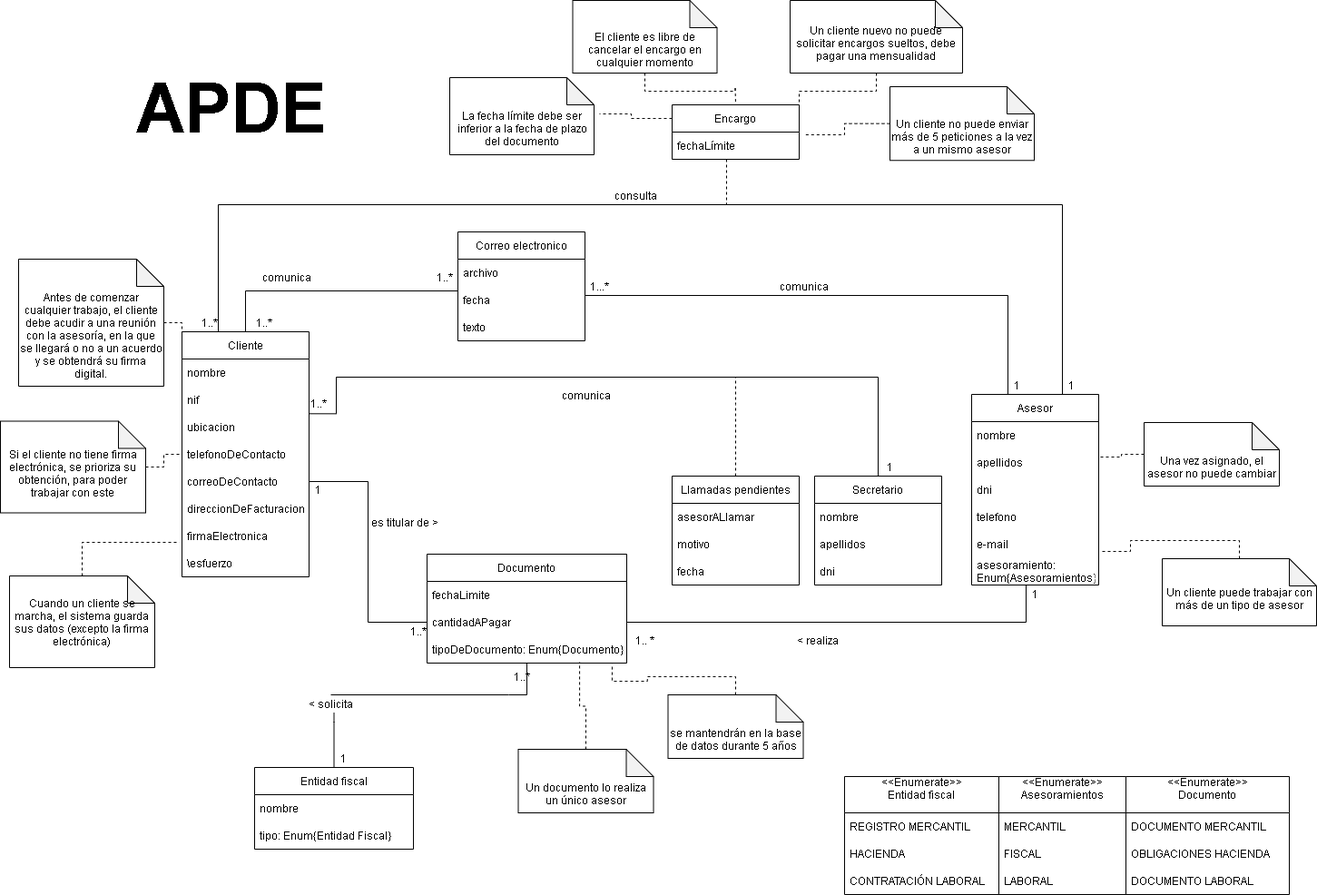
Above: Proyecto en REM/image/Modelardo_IR.drawio.png in TheNeoStormZ/super-REMORY (draw.io), before the change. Source tidied: cells renumbered, new cells last; positions are measured from the earlier drawing's top-left corner, leaving out a move shared by most shapes.
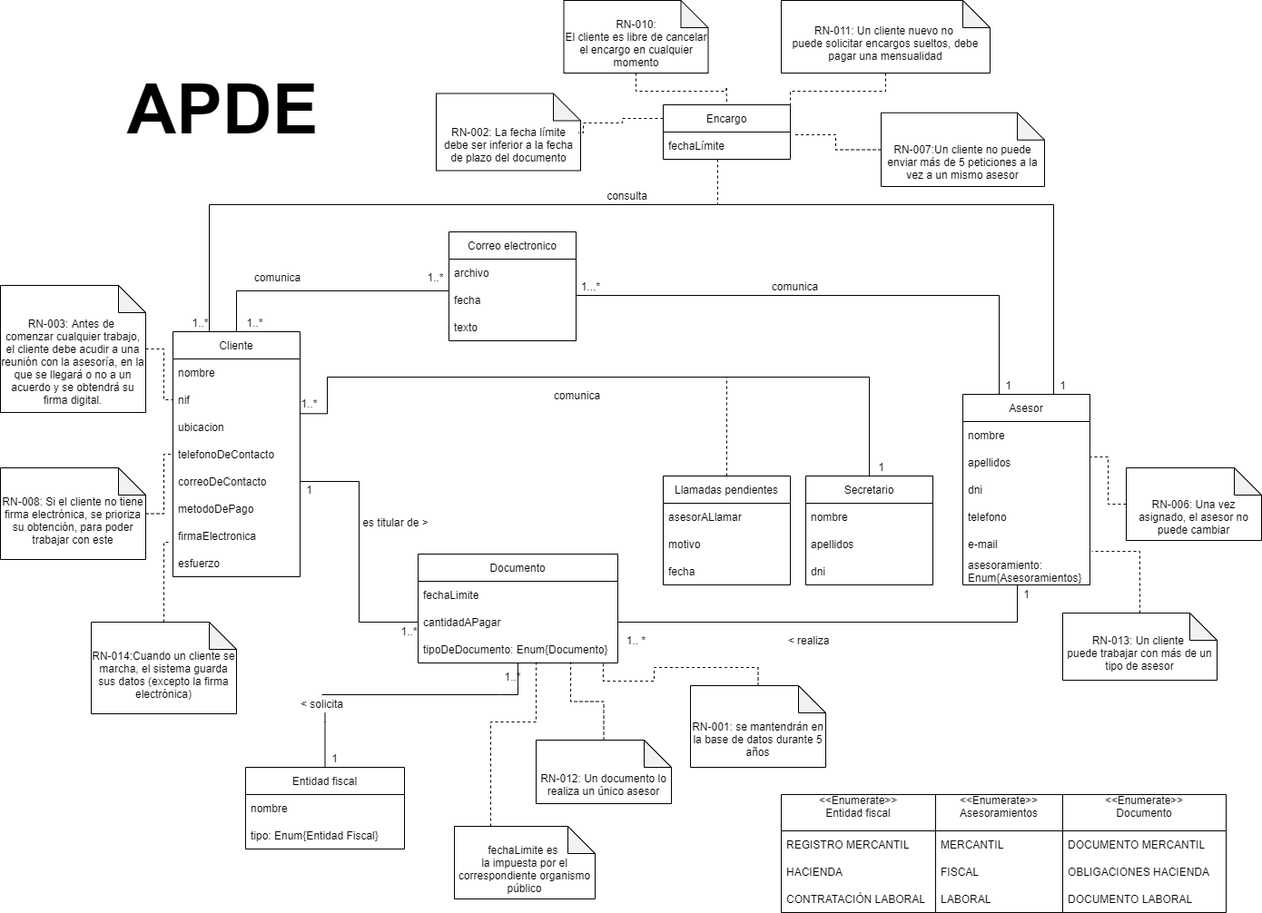
After the change.

The edit, as a diff of the source:
```diff
@@ -35,13 +35,13 @@
     <mxCell id="9" value="correoDeContacto" style="text;strokeColor=none;fillColor=none;align=left;verticalAlign=middle;spacingLeft=4;spacingRight=4;overflow=hidden;points=[[0,0.5],[1,0.5]];portConstraint=eastwest;" parent="4" vertex="1">
       <mxGeometry y="150" width="140" height="30" as="geometry" />
     </mxCell>
-    <mxCell id="10" value="direccionDeFacturacion" style="text;strokeColor=none;fillColor=none;align=left;verticalAlign=middle;spacingLeft=4;spacingRight=4;overflow=hidden;" parent="4" vertex="1">
+    <mxCell id="10" value="metodoDePago" style="text;strokeColor=none;fillColor=none;align=left;verticalAlign=middle;spacingLeft=4;spacingRight=4;overflow=hidden;" parent="4" vertex="1">
       <mxGeometry y="180" width="140" height="30" as="geometry" />
     </mxCell>
     <mxCell id="11" value="firmaElectronica" style="text;strokeColor=none;fillColor=none;align=left;verticalAlign=middle;spacingLeft=4;spacingRight=4;overflow=hidden;points=[[0,0.5],[1,0.5]];portConstraint=eastwest;" parent="4" vertex="1">
       <mxGeometry y="210" width="140" height="30" as="geometry" />
     </mxCell>
-    <mxCell id="12" value="\esfuerzo" style="text;strokeColor=none;fillColor=none;align=left;verticalAlign=middle;spacingLeft=4;spacingRight=4;overflow=hidden;" parent="4" vertex="1">
+    <mxCell id="12" value="esfuerzo" style="text;strokeColor=none;fillColor=none;align=left;verticalAlign=middle;spacingLeft=4;spacingRight=4;overflow=hidden;" parent="4" vertex="1">
       <mxGeometry y="240" width="140" height="30" as="geometry" />
     </mxCell>
     <mxCell id="13" style="edgeStyle=orthogonalEdgeStyle;rounded=0;jettySize=auto;html=1;startArrow=none;startFill=0;endArrow=none;endFill=0;" parent="1" edge="1" source="14" target="40">
@@ -174,7 +174,7 @@
       <mxGeometry x="280" y="295" width="70" height="20" as="geometry" />
     </mxCell>
     <mxCell id="50" value="&lt;&lt;Enumerate&gt;&gt;&#10;Documento&#10;" style="swimlane;fontStyle=0;horizontal=1;startSize=40;" parent="1" vertex="1">
-      <mxGeometry x="1240" y="855" width="180" height="130" as="geometry" />
+      <mxGeometry x="1180" y="875" width="180" height="130" as="geometry" />
     </mxCell>
     <mxCell id="51" value="DOCUMENTO MERCANTIL" style="text;strokeColor=none;fillColor=none;align=left;verticalAlign=middle;spacingLeft=4;spacingRight=4;overflow=hidden;" parent="50" vertex="1">
       <mxGeometry y="40" width="180" height="30" as="geometry" />
@@ -186,7 +186,7 @@
       <mxGeometry y="100" width="180" height="30" as="geometry" />
     </mxCell>
     <mxCell id="54" value="&lt;&lt;Enumerate&gt;&gt;&#10;Entidad fiscal&#10;" style="swimlane;fontStyle=0;horizontal=1;startSize=40;" parent="1" vertex="1">
-      <mxGeometry x="930" y="855" width="170" height="130" as="geometry" />
+      <mxGeometry x="870" y="875" width="170" height="130" as="geometry" />
     </mxCell>
     <mxCell id="55" value="REGISTRO MERCANTIL" style="text;strokeColor=none;fillColor=none;align=left;verticalAlign=middle;spacingLeft=4;spacingRight=4;overflow=hidden;horizontal=1;" parent="54" vertex="1">
       <mxGeometry y="40" width="170" height="30" as="geometry" />
@@ -198,7 +198,7 @@
       <mxGeometry y="100" width="170" height="30" as="geometry" />
     </mxCell>
     <mxCell id="58" value="&lt;&lt;Enumerate&gt;&gt;&#10;Asesoramientos&#10;" style="swimlane;fontStyle=0;horizontal=1;startSize=40;" parent="1" vertex="1">
-      <mxGeometry x="1100" y="855" width="140" height="130" as="geometry" />
+      <mxGeometry x="1040" y="875" width="140" height="130" as="geometry" />
     </mxCell>
     <mxCell id="59" value="MERCANTIL" style="text;strokeColor=none;fillColor=none;align=left;verticalAlign=middle;spacingLeft=4;spacingRight=4;overflow=hidden;" parent="58" vertex="1">
       <mxGeometry y="40" width="140" height="30" as="geometry" />
@@ -290,19 +290,21 @@
       <mxGeometry x="200" y="95" width="110" height="50" as="geometry" />
     </mxCell>
     <mxCell id="83" style="shape=note;whiteSpace=wrap;html=1;backgroundOutline=1;darkOpacity=0.05;" parent="1" vertex="1">
-      <mxGeometry x="495" y="85" width="159" height="85" as="geometry" />
+      <mxGeometry x="490" y="102.5" width="159" height="85" as="geometry" />
     </mxCell>
-    <mxCell id="84" style="edgeStyle=orthogonalEdgeStyle;rounded=0;jettySize=auto;html=1;dashed=1;startArrow=none;startFill=0;endArrow=none;endFill=0;exitX=0;exitY=0.5;exitDx=0;exitDy=0;" parent="1" edge="1" source="78">
+    <mxCell id="84" style="edgeStyle=orthogonalEdgeStyle;rounded=0;jettySize=auto;html=1;dashed=1;startArrow=none;startFill=0;endArrow=none;endFill=0;exitX=0;exitY=0.5;exitDx=0;exitDy=0;entryX=1;entryY=0.25;entryDx=0;entryDy=0;" parent="1" edge="1" source="78" target="85">
       <mxGeometry relative="1" as="geometry">
-        <mxPoint x="660" y="125" as="targetPoint" />
         <Array as="points">
+          <mxPoint x="740" y="130" />
           <mxPoint x="695" y="130" />
-          <mxPoint x="695" y="125" />
+          <mxPoint x="695" y="135" />
+          <mxPoint x="652" y="135" />
+          <mxPoint x="652" y="146" />
         </Array>
       </mxGeometry>
     </mxCell>
-    <mxCell id="85" value="La fecha límite debe ser inferior a la fecha de plazo del documento" style="text;html=1;strokeColor=none;fillColor=none;align=center;verticalAlign=middle;whiteSpace=wrap;rounded=0;" parent="1" vertex="1">
-      <mxGeometry x="497.5" y="115" width="154" height="52.5" as="geometry" />
+    <mxCell id="85" value="RN-002: La fecha límite debe ser inferior a la fecha de plazo del documento" style="text;html=1;strokeColor=none;fillColor=none;align=center;verticalAlign=middle;whiteSpace=wrap;rounded=0;" parent="1" vertex="1">
+      <mxGeometry x="492.5" y="132.5" width="154" height="52.5" as="geometry" />
     </mxCell>
     <mxCell id="86" style="edgeStyle=orthogonalEdgeStyle;rounded=0;jettySize=auto;html=1;strokeColor=none;endArrow=none;endFill=0;dashed=1;" parent="1" edge="1" source="88" target="21">
       <mxGeometry relative="1" as="geometry" />
@@ -310,62 +312,78 @@
     <mxCell id="87" style="edgeStyle=orthogonalEdgeStyle;rounded=0;jettySize=auto;html=1;entryX=0.927;entryY=1.033;entryDx=0;entryDy=0;dashed=1;endArrow=none;endFill=0;entryPerimeter=0;" parent="1" edge="1" source="88" target="24">
       <mxGeometry relative="1" as="geometry" />
     </mxCell>
-    <mxCell id="88" value="&lt;br&gt;&lt;br&gt;se mantendrán en la base de datos durante 5 años" style="shape=note;whiteSpace=wrap;html=1;backgroundOutline=1;darkOpacity=0.05;" parent="1" vertex="1">
-      <mxGeometry x="735.5" y="765" width="149" height="70" as="geometry" />
+    <mxCell id="88" value="&lt;br&gt;&lt;br&gt;RN-001: se mantendrán en la base de datos durante 5 años" style="shape=note;whiteSpace=wrap;html=1;backgroundOutline=1;darkOpacity=0.05;" parent="1" vertex="1">
+      <mxGeometry x="770" y="755" width="149" height="90" as="geometry" />
     </mxCell>
     <mxCell id="89" style="edgeStyle=orthogonalEdgeStyle;rounded=0;jettySize=auto;html=1;entryX=1;entryY=0.3;entryDx=0;entryDy=0;entryPerimeter=0;dashed=1;endArrow=none;endFill=0;" parent="1" edge="1" source="90" target="16">
       <mxGeometry relative="1" as="geometry" />
     </mxCell>
-    <mxCell id="90" value="&lt;br&gt;&lt;br&gt;Una vez asignado, el asesor no puede cambiar" style="shape=note;whiteSpace=wrap;html=1;backgroundOutline=1;darkOpacity=0.05;" parent="1" vertex="1">
-      <mxGeometry x="1260" y="465" width="149" height="70" as="geometry" />
+    <mxCell id="90" value="&lt;br&gt;&lt;br&gt;RN-006: Una vez asignado, el asesor no puede cambiar" style="shape=note;whiteSpace=wrap;html=1;backgroundOutline=1;darkOpacity=0.05;" parent="1" vertex="1">
+      <mxGeometry x="1250" y="515" width="149" height="80" as="geometry" />
     </mxCell>
     <mxCell id="91" style="edgeStyle=orthogonalEdgeStyle;rounded=0;jettySize=auto;html=1;entryX=1.036;entryY=0.1;entryDx=0;entryDy=0;entryPerimeter=0;dashed=1;endArrow=none;endFill=0;" parent="1" edge="1" source="92" target="78">
       <mxGeometry relative="1" as="geometry" />
     </mxCell>
-    <mxCell id="92" value="&lt;br&gt;&lt;br&gt;Un cliente no puede enviar más de 5 peticiones a la vez a un mismo asesor" style="shape=note;whiteSpace=wrap;html=1;backgroundOutline=1;darkOpacity=0.05;" parent="1" vertex="1">
-      <mxGeometry x="980" y="95" width="159" height="81.2" as="geometry" />
+    <mxCell id="92" value="&lt;br&gt;&lt;br&gt;RN-007:Un cliente no puede enviar más de 5 peticiones a la vez a un mismo asesor" style="shape=note;whiteSpace=wrap;html=1;backgroundOutline=1;darkOpacity=0.05;" parent="1" vertex="1">
+      <mxGeometry x="980" y="123.8" width="180" height="81.2" as="geometry" />
     </mxCell>
     <mxCell id="93" style="edgeStyle=orthogonalEdgeStyle;rounded=0;jettySize=auto;html=1;entryX=0;entryY=0.5;entryDx=0;entryDy=0;dashed=1;endArrow=none;endFill=0;" parent="1" edge="1" source="94" target="6">
       <mxGeometry relative="1" as="geometry" />
     </mxCell>
-    <mxCell id="94" value="&lt;br&gt;&lt;br&gt;Antes de comenzar cualquier trabajo, el cliente debe acudir a una reunión con la asesoría, en la que se llegará o no a un acuerdo y se obtendrá su firma digital." style="shape=note;whiteSpace=wrap;html=1;backgroundOutline=1;darkOpacity=0.05;" parent="1" vertex="1">
-      <mxGeometry x="20" y="285" width="160" height="140" as="geometry" />
+    <mxCell id="94" value="&lt;br&gt;&lt;br&gt;RN-003: Antes de &lt;br&gt;comenzar cualquier trabajo, el cliente debe acudir a una reunión con la asesoría, en la que se llegará o no a un acuerdo y se obtendrá su firma digital." style="shape=note;whiteSpace=wrap;html=1;backgroundOutline=1;darkOpacity=0.05;" parent="1" vertex="1">
+      <mxGeometry x="10" y="314" width="160" height="140" as="geometry" />
     </mxCell>
     <mxCell id="95" style="edgeStyle=orthogonalEdgeStyle;rounded=0;jettySize=auto;html=1;entryX=0;entryY=0.5;entryDx=0;entryDy=0;dashed=1;endArrow=none;endFill=0;" parent="1" edge="1" source="96" target="8">
       <mxGeometry relative="1" as="geometry" />
     </mxCell>
-    <mxCell id="96" value="&lt;br&gt;Si el cliente no tiene firma electrónica, se prioriza su obtención, para poder trabajar con este" style="shape=note;whiteSpace=wrap;html=1;backgroundOutline=1;darkOpacity=0.05;" parent="1" vertex="1">
-      <mxGeometry y="463.5" width="160" height="101" as="geometry" />
+    <mxCell id="96" value="&lt;br&gt;RN-008: Si el cliente no tiene firma electrónica, se prioriza su obtención, para poder trabajar con este" style="shape=note;whiteSpace=wrap;html=1;backgroundOutline=1;darkOpacity=0.05;" parent="1" vertex="1">
+      <mxGeometry x="10" y="515" width="160" height="101" as="geometry" />
     </mxCell>
     <mxCell id="97" style="edgeStyle=orthogonalEdgeStyle;rounded=0;jettySize=auto;html=1;entryX=0.5;entryY=0;entryDx=0;entryDy=0;dashed=1;endArrow=none;endFill=0;" parent="1" edge="1" source="98" target="77">
       <mxGeometry relative="1" as="geometry" />
     </mxCell>
-    <mxCell id="98" value="&lt;br&gt;&lt;br&gt;El cliente es libre de cancelar el encargo en cualquier momento" style="shape=note;whiteSpace=wrap;html=1;backgroundOutline=1;darkOpacity=0.05;" parent="1" vertex="1">
+    <mxCell id="98" value="&lt;br&gt;RN-010:&lt;br&gt;El cliente es libre de cancelar el encargo en cualquier momento" style="shape=note;whiteSpace=wrap;html=1;backgroundOutline=1;darkOpacity=0.05;" parent="1" vertex="1">
       <mxGeometry x="630.5" width="159" height="80" as="geometry" />
     </mxCell>
     <mxCell id="99" style="edgeStyle=orthogonalEdgeStyle;rounded=0;jettySize=auto;html=1;entryX=1;entryY=0;entryDx=0;entryDy=0;dashed=1;endArrow=none;endFill=0;" parent="1" edge="1" source="100" target="77">
       <mxGeometry relative="1" as="geometry" />
     </mxCell>
-    <mxCell id="100" value="&lt;br&gt;Un cliente nuevo no puede solicitar encargos sueltos, debe pagar una mensualidad" style="shape=note;whiteSpace=wrap;html=1;backgroundOutline=1;darkOpacity=0.05;" parent="1" vertex="1">
-      <mxGeometry x="870" width="190" height="80" as="geometry" />
+    <mxCell id="100" value="&lt;br&gt;RN-011: Un cliente nuevo no &lt;br&gt;puede solicitar encargos sueltos, debe pagar una mensualidad" style="shape=note;whiteSpace=wrap;html=1;backgroundOutline=1;darkOpacity=0.05;" parent="1" vertex="1">
+      <mxGeometry x="870" width="230" height="80" as="geometry" />
     </mxCell>
     <mxCell id="101" style="edgeStyle=orthogonalEdgeStyle;rounded=0;jettySize=auto;html=1;entryX=0.764;entryY=0.967;entryDx=0;entryDy=0;entryPerimeter=0;dashed=1;endArrow=none;endFill=0;" parent="1" edge="1" source="102" target="24">
       <mxGeometry relative="1" as="geometry" />
     </mxCell>
-    <mxCell id="102" value="&lt;br&gt;&lt;br&gt;Un documento lo realiza un único asesor" style="shape=note;whiteSpace=wrap;html=1;backgroundOutline=1;darkOpacity=0.05;" parent="1" vertex="1">
-      <mxGeometry x="570.5" y="825" width="149" height="70" as="geometry" />
+    <mxCell id="102" value="&lt;br&gt;&lt;br&gt;RN-012: Un documento lo realiza un único asesor" style="shape=note;whiteSpace=wrap;html=1;backgroundOutline=1;darkOpacity=0.05;" parent="1" vertex="1">
+      <mxGeometry x="600" y="815" width="149" height="70" as="geometry" />
     </mxCell>
     <mxCell id="103" style="edgeStyle=orthogonalEdgeStyle;rounded=0;jettySize=auto;html=1;entryX=1.014;entryY=0.767;entryDx=0;entryDy=0;entryPerimeter=0;dashed=1;endArrow=none;endFill=0;" parent="1" edge="1" source="104" target="19">
       <mxGeometry relative="1" as="geometry" />
     </mxCell>
-    <mxCell id="104" value="&lt;br&gt;Un cliente puede trabajar con más de un tipo de asesor" style="shape=note;whiteSpace=wrap;html=1;backgroundOutline=1;darkOpacity=0.05;" parent="1" vertex="1">
-      <mxGeometry x="1280" y="615" width="170" height="74" as="geometry" />
+    <mxCell id="104" value="&lt;br&gt;RN-013: Un cliente &lt;br&gt;puede trabajar con más de un tipo de asesor" style="shape=note;whiteSpace=wrap;html=1;backgroundOutline=1;darkOpacity=0.05;" parent="1" vertex="1">
+      <mxGeometry x="1180" y="675" width="170" height="74" as="geometry" />
     </mxCell>
     <mxCell id="105" style="edgeStyle=orthogonalEdgeStyle;rounded=0;jettySize=auto;html=1;entryX=-0.021;entryY=0.733;entryDx=0;entryDy=0;entryPerimeter=0;dashed=1;endArrow=none;endFill=0;" parent="1" edge="1" source="106" target="11">
-      <mxGeometry relative="1" as="geometry" />
+      <mxGeometry relative="1" as="geometry">
+        <Array as="points">
+          <mxPoint x="190" y="597" />
+        </Array>
+      </mxGeometry>
     </mxCell>
-    <mxCell id="106" value="Cuando un cliente se marcha, el sistema guarda sus datos (excepto la firma electrónica)" style="shape=note;whiteSpace=wrap;html=1;backgroundOutline=1;darkOpacity=0.05;" parent="1" vertex="1">
-      <mxGeometry x="10" y="634" width="160" height="101" as="geometry" />
+    <mxCell id="106" value="&lt;br&gt;RN-014:Cuando un cliente se marcha, el sistema guarda sus datos (excepto la firma electrónica)" style="shape=note;whiteSpace=wrap;html=1;backgroundOutline=1;darkOpacity=0.05;" parent="1" vertex="1">
+      <mxGeometry x="110" y="685" width="160" height="101" as="geometry" />
     </mxCell>
+    <mxCell id="107" style="edgeStyle=orthogonalEdgeStyle;rounded=0;jettySize=auto;html=1;dashed=1;endArrow=none;endFill=0;entryX=0.611;entryY=0.99;entryDx=0;entryDy=0;entryPerimeter=0;" parent="1" edge="1" source="108" target="24">
+      <mxGeometry relative="1" as="geometry">
+        <Array as="points">
+          <mxPoint x="550" y="795" />
+          <mxPoint x="600" y="795" />
+          <mxPoint x="600" y="730" />
+        </Array>
+      </mxGeometry>
+    </mxCell>
+    <mxCell id="108" value="&lt;br&gt;fechaLimite es &lt;br&gt;la impuesta por el correspondiente organismo público" style="shape=note;whiteSpace=wrap;html=1;backgroundOutline=1;darkOpacity=0.05;" parent="1" vertex="1">
+      <mxGeometry x="510" y="910" width="155" height="80" as="geometry" />
+    </mxCell>
   </root>
 </mxGraphModel>
```
